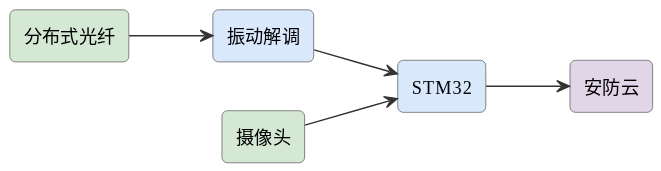
Above: assets/diagrams/ideas-fig107.svg in mingyi0818/IntelligentMcuCourse (PlantUML), before the change.
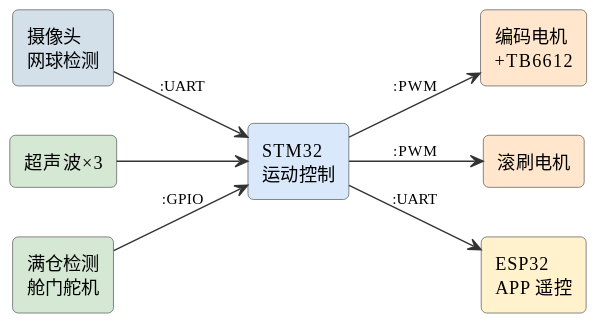
The same file after the commit.

Diff of the diagram source:
```diff
@@ -6,13 +6,17 @@
 skinparam arrowFontSize 11
 skinparam arrowColor #333
 left to right direction
-rectangle "分布式光纤" as fiber #d5e8d4
-rectangle "振动解调" as demod #dae8fc
-rectangle "STM32" as stm #dae8fc
-rectangle "摄像头" as cam #d5e8d4
-rectangle "安防云" as cloud #e1d5e8
-fiber --> demod
-demod --> stm
-cam --> stm
-stm --> cloud
+rectangle "摄像头\n网球检测" as cam #d3e0ea
+rectangle "超声波×3" as ultra #d5e8d4
+rectangle "STM32\n运动控制" as stm #dae8fc
+rectangle "编码电机\n+TB6612" as mot #ffe6cc
+rectangle "滚刷电机" as brush #ffe6cc
+rectangle "满仓检测\n舱门舵机" as door #d5e8d4
+rectangle "ESP32\nAPP 遥控" as esp #fff2cc
+cam --> stm : :UART
+ultra --> stm
+stm --> mot : :PWM
+stm --> brush : :PWM
+door --> stm : :GPIO
+stm --> esp : :UART
 @enduml
```
